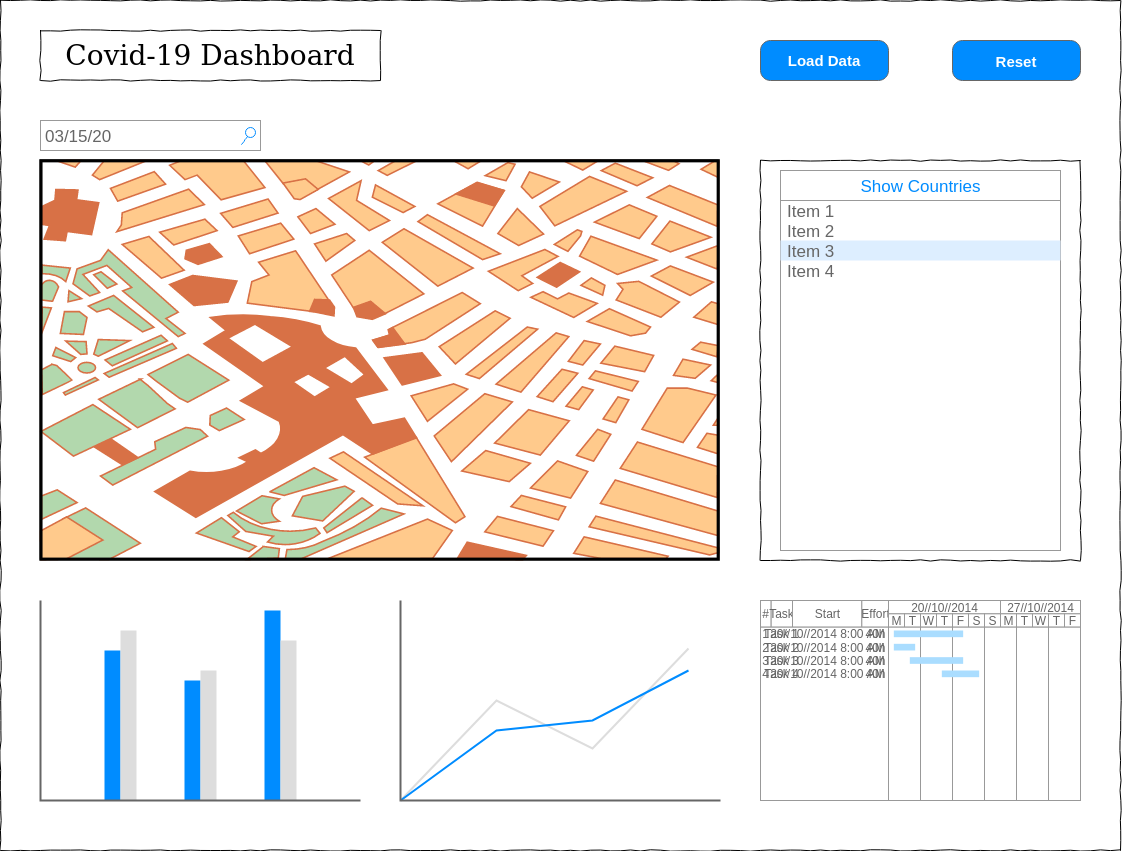
The draw.io diagram design-template.png in dominikburger/covid-19-dashboard, before a commit. Source tidied: cells renumbered, new cells last; positions are measured from the earlier drawing's top-left corner, leaving out a move shared by most shapes.
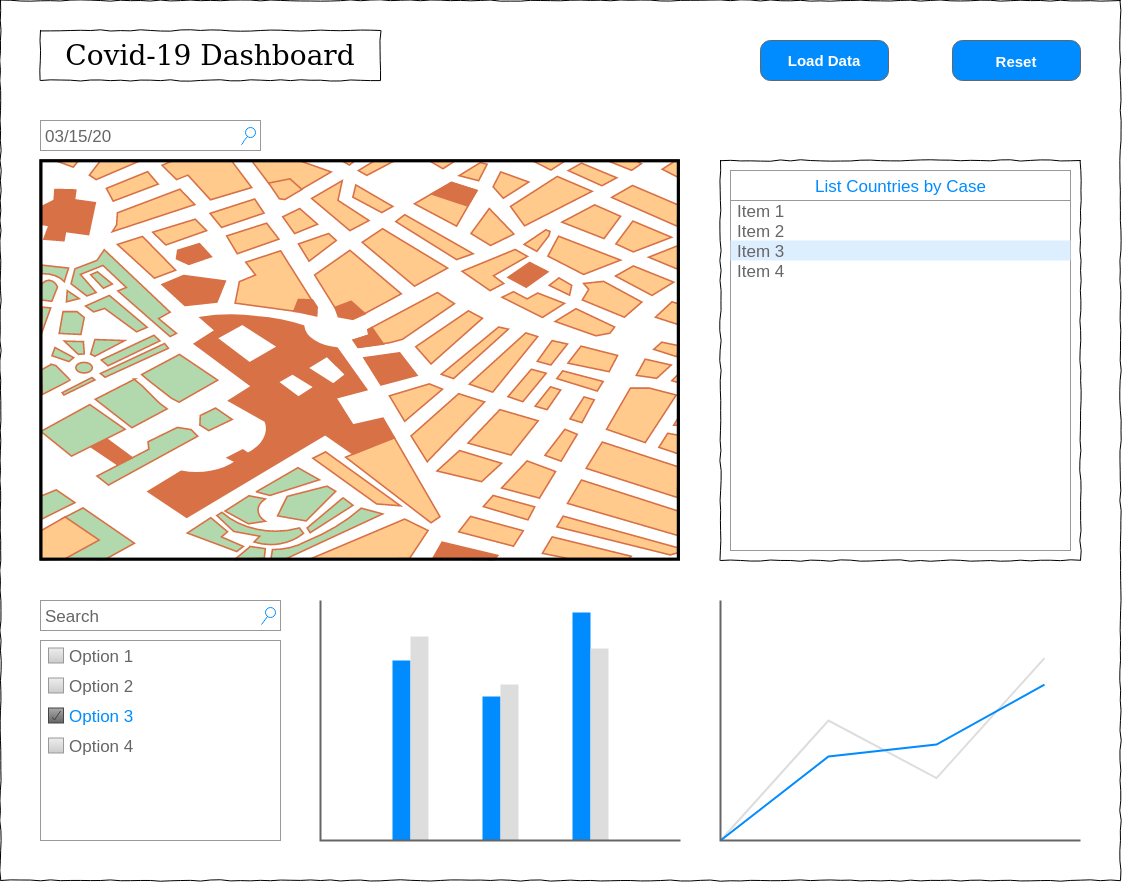
Later version of the same file.

Commit message:
Update design template

Diff of the diagram source:
```diff
@@ -5,3 +5,3 @@
     <mxCell id="2" style="whiteSpace=wrap;html=1;rounded=0;shadow=0;labelBackgroundColor=none;strokeColor=#000000;strokeWidth=1;fillColor=none;fontFamily=Verdana;fontSize=12;fontColor=#000000;align=center;comic=1;" parent="1" vertex="1">
-      <mxGeometry width="1120" height="850" as="geometry" />
+      <mxGeometry width="1120" height="880" as="geometry" />
     </mxCell>
@@ -14,3 +14,3 @@
     <mxCell id="5" style="whiteSpace=wrap;html=1;rounded=0;shadow=0;labelBackgroundColor=none;strokeWidth=1;fillColor=none;fontFamily=Verdana;fontSize=12;align=center;comic=1;" parent="1" vertex="1">
-      <mxGeometry x="760" y="160" width="320" height="400" as="geometry" />
+      <mxGeometry x="720" y="160" width="360" height="400" as="geometry" />
     </mxCell>
@@ -20,9 +20,9 @@
     <mxCell id="7" style="strokeWidth=1;shadow=0;dashed=0;align=center;html=1;shape=mxgraph.mockup.forms.rrect;rSize=0;strokeColor=#999999;fillColor=#ffffff;" parent="1" vertex="1">
-      <mxGeometry x="780" y="170" width="280" height="380" as="geometry" />
+      <mxGeometry x="730" y="170" width="340" height="380" as="geometry" />
     </mxCell>
-    <mxCell id="8" value="Show Countries" style="strokeWidth=1;shadow=0;dashed=0;align=center;html=1;shape=mxgraph.mockup.forms.rrect;rSize=0;strokeColor=#999999;fontColor=#008cff;fontSize=17;fillColor=#ffffff;" parent="7" vertex="1">
-      <mxGeometry width="280" height="30" relative="1" as="geometry" />
+    <mxCell id="8" value="List Countries by Case" style="strokeWidth=1;shadow=0;dashed=0;align=center;html=1;shape=mxgraph.mockup.forms.rrect;rSize=0;strokeColor=#999999;fontColor=#008cff;fontSize=17;fillColor=#ffffff;" parent="7" vertex="1">
+      <mxGeometry width="340" height="30" relative="1" as="geometry" />
     </mxCell>
     <mxCell id="9" value="Item 1" style="strokeWidth=1;shadow=0;dashed=0;align=center;html=1;shape=mxgraph.mockup.forms.anchor;fontSize=17;fontColor=#666666;align=left;spacingLeft=5;" parent="7" vertex="1">
-      <mxGeometry width="280" height="20" relative="1" as="geometry">
+      <mxGeometry width="340" height="20" relative="1" as="geometry">
         <mxPoint y="30" as="offset" />
@@ -31,3 +31,3 @@
     <mxCell id="10" value="Item 2" style="strokeWidth=1;shadow=0;dashed=0;align=center;html=1;shape=mxgraph.mockup.forms.anchor;fontSize=17;fontColor=#666666;align=left;spacingLeft=5;" parent="7" vertex="1">
-      <mxGeometry width="280" height="20" relative="1" as="geometry">
+      <mxGeometry width="340" height="20" relative="1" as="geometry">
         <mxPoint y="50" as="offset" />
@@ -36,3 +36,3 @@
     <mxCell id="11" value="Item 3" style="strokeWidth=1;shadow=0;dashed=0;align=center;html=1;shape=mxgraph.mockup.forms.rrect;rSize=0;fontSize=17;fontColor=#666666;align=left;spacingLeft=5;fillColor=#ddeeff;strokeColor=none;" parent="7" vertex="1">
-      <mxGeometry width="280" height="20" relative="1" as="geometry">
+      <mxGeometry width="340" height="20" relative="1" as="geometry">
         <mxPoint y="70" as="offset" />
@@ -41,3 +41,3 @@
     <mxCell id="12" value="Item 4" style="strokeWidth=1;shadow=0;dashed=0;align=center;html=1;shape=mxgraph.mockup.forms.anchor;fontSize=17;fontColor=#666666;align=left;spacingLeft=5;" parent="7" vertex="1">
-      <mxGeometry width="280" height="20" relative="1" as="geometry">
+      <mxGeometry width="340" height="20" relative="1" as="geometry">
         <mxPoint y="90" as="offset" />
@@ -46,151 +46,31 @@
     <mxCell id="13" style="verticalLabelPosition=bottom;shadow=0;dashed=0;align=center;html=1;verticalAlign=top;strokeWidth=1;shape=mxgraph.mockup.misc.map;" parent="1" vertex="1">
-      <mxGeometry x="40" y="160" width="680" height="400" as="geometry" />
+      <mxGeometry x="40" y="160" width="640" height="400" as="geometry" />
     </mxCell>
     <mxCell id="14" style="verticalLabelPosition=bottom;shadow=0;dashed=0;align=center;html=1;verticalAlign=top;strokeWidth=1;shape=mxgraph.mockup.graphics.columnChart;strokeColor=none;strokeColor2=none;strokeColor3=#666666;fillColor2=#008cff;fillColor3=#dddddd;" parent="1" vertex="1">
-      <mxGeometry x="40" y="600" width="320" height="200" as="geometry" />
+      <mxGeometry x="320" y="600" width="360" height="240" as="geometry" />
     </mxCell>
     <mxCell id="15" style="verticalLabelPosition=bottom;shadow=0;dashed=0;align=center;html=1;verticalAlign=top;strokeWidth=1;shape=mxgraph.mockup.graphics.lineChart;strokeColor=none;strokeColor2=#666666;strokeColor3=#008cff;strokeColor4=#dddddd;" parent="1" vertex="1">
-      <mxGeometry x="400" y="600" width="320" height="200" as="geometry" />
+      <mxGeometry x="720" y="600" width="360" height="240" as="geometry" />
     </mxCell>
-    <mxCell id="16" style="strokeWidth=1;shadow=0;dashed=0;align=center;html=1;shape=mxgraph.mockup.graphics.rrect;rSize=0;strokeColor=#999999;" parent="1" vertex="1">
-      <mxGeometry x="760" y="600" width="320" height="200" as="geometry" />
+    <mxCell id="16" value="&lt;p style=&quot;font-size: 15px&quot;&gt;&lt;font style=&quot;font-size: 15px&quot;&gt;Load Data&lt;/font&gt;&lt;/p&gt;" style="strokeWidth=1;shadow=0;dashed=0;align=center;html=1;shape=mxgraph.mockup.buttons.button;strokeColor=#666666;fontColor=#ffffff;mainText=;buttonStyle=round;fontSize=17;fontStyle=1;fillColor=#008cff;whiteSpace=wrap;" parent="1" vertex="1">
+      <mxGeometry x="760" y="40" width="128" height="40" as="geometry" />
     </mxCell>
-    <mxCell id="17" value="#" style="strokeColor=inherit;fillColor=inherit;gradientColor=inherit;strokeWidth=1;shadow=0;dashed=0;align=center;html=1;shape=mxgraph.mockup.graphics.rrect;rSize=0;fontColor=#666666;" parent="16" vertex="1">
-      <mxGeometry width="10.7" height="26.7" as="geometry" />
+    <mxCell id="17" value="Search" style="strokeWidth=1;shadow=0;dashed=0;align=center;html=1;shape=mxgraph.mockup.forms.searchBox;strokeColor=#999999;mainText=;strokeColor2=#008cff;fontColor=#666666;fontSize=17;align=left;spacingLeft=3;" parent="1" vertex="1">
+      <mxGeometry x="40" y="600" width="240" height="30" as="geometry" />
     </mxCell>
-    <mxCell id="18" value="Task" style="strokeColor=inherit;fillColor=inherit;gradientColor=inherit;strokeWidth=1;shadow=0;dashed=0;align=center;html=1;shape=mxgraph.mockup.graphics.rrect;rSize=0;fontColor=#666666;" parent="16" vertex="1">
-      <mxGeometry x="10.7" width="21.3" height="26.7" as="geometry" />
+    <mxCell id="18" style="strokeWidth=1;shadow=0;dashed=0;align=center;html=1;shape=mxgraph.mockup.forms.rrect;rSize=0;strokeColor=#999999;fillColor=#ffffff;" parent="1" vertex="1">
+      <mxGeometry x="40" y="640" width="240" height="200" as="geometry" />
     </mxCell>
-    <mxCell id="19" value="Start" style="strokeColor=inherit;fillColor=inherit;gradientColor=inherit;strokeWidth=1;shadow=0;dashed=0;align=center;html=1;shape=mxgraph.mockup.graphics.rrect;rSize=0;fontColor=#666666;" parent="16" vertex="1">
-      <mxGeometry x="32" width="69.3" height="26.7" as="geometry" />
+    <mxCell id="19" value="Option 1" style="strokeWidth=1;shadow=0;dashed=0;align=center;html=1;shape=mxgraph.mockup.forms.rrect;rSize=0;fillColor=#eeeeee;strokeColor=#999999;gradientColor=#cccccc;align=left;spacingLeft=4;fontSize=17;fontColor=#666666;labelPosition=right;" parent="18" vertex="1">
+      <mxGeometry x="8" y="7.5" width="15" height="15" as="geometry" />
     </mxCell>
-    <mxCell id="20" value="Effort" style="strokeColor=inherit;fillColor=inherit;gradientColor=inherit;strokeWidth=1;shadow=0;dashed=0;align=center;html=1;shape=mxgraph.mockup.graphics.rrect;rSize=0;fontColor=#666666;" parent="16" vertex="1">
-      <mxGeometry x="101.3" width="26.7" height="26.7" as="geometry" />
+    <mxCell id="20" value="Option 2" style="strokeWidth=1;shadow=0;dashed=0;align=center;html=1;shape=mxgraph.mockup.forms.rrect;rSize=0;fillColor=#eeeeee;strokeColor=#999999;gradientColor=#cccccc;align=left;spacingLeft=4;fontSize=17;fontColor=#666666;labelPosition=right;" parent="18" vertex="1">
+      <mxGeometry x="8" y="37.5" width="15" height="15" as="geometry" />
     </mxCell>
-    <mxCell id="21" value="20//10//2014" style="strokeColor=inherit;fillColor=inherit;gradientColor=inherit;strokeWidth=1;shadow=0;dashed=0;align=center;html=1;shape=mxgraph.mockup.graphics.rrect;rSize=0;fontColor=#666666;" parent="16" vertex="1">
-      <mxGeometry x="128" width="112" height="13.3" as="geometry" />
+    <mxCell id="21" value="Option 3" style="strokeWidth=1;shadow=0;dashed=0;align=center;html=1;shape=mxgraph.mockup.forms.checkbox;rSize=0;fillColor=#aaaaaa;strokeColor=#444444;gradientColor=#666666;align=left;spacingLeft=4;fontSize=17;fontColor=#008cff;labelPosition=right;" parent="18" vertex="1">
+      <mxGeometry x="8" y="67.5" width="15" height="15" as="geometry" />
     </mxCell>
-    <mxCell id="22" value="27//10//2014" style="strokeColor=inherit;fillColor=inherit;gradientColor=inherit;strokeWidth=1;shadow=0;dashed=0;align=center;html=1;shape=mxgraph.mockup.graphics.rrect;rSize=0;fontColor=#666666;" parent="16" vertex="1">
-      <mxGeometry x="240" width="80" height="13.3" as="geometry" />
+    <mxCell id="22" value="Option 4" style="strokeWidth=1;shadow=0;dashed=0;align=center;html=1;shape=mxgraph.mockup.forms.rrect;rSize=0;fillColor=#eeeeee;strokeColor=#999999;gradientColor=#cccccc;align=left;spacingLeft=4;fontSize=17;fontColor=#666666;labelPosition=right;" parent="18" vertex="1">
+      <mxGeometry x="8" y="97.5" width="15" height="15" as="geometry" />
     </mxCell>
-    <mxCell id="23" value="M" style="strokeColor=inherit;fillColor=inherit;gradientColor=inherit;strokeWidth=1;shadow=0;dashed=0;align=center;html=1;shape=mxgraph.mockup.graphics.rrect;rSize=0;fontColor=#666666;" parent="16" vertex="1">
-      <mxGeometry x="128" y="13.3" width="16" height="13.3" as="geometry" />
-    </mxCell>
-    <mxCell id="24" value="T" style="strokeColor=inherit;fillColor=inherit;gradientColor=inherit;strokeWidth=1;shadow=0;dashed=0;align=center;html=1;shape=mxgraph.mockup.graphics.rrect;rSize=0;fontColor=#666666;" parent="16" vertex="1">
-      <mxGeometry x="144" y="13.3" width="16" height="13.3" as="geometry" />
-    </mxCell>
-    <mxCell id="25" value="W" style="strokeColor=inherit;fillColor=inherit;gradientColor=inherit;strokeWidth=1;shadow=0;dashed=0;align=center;html=1;shape=mxgraph.mockup.graphics.rrect;rSize=0;fontColor=#666666;" parent="16" vertex="1">
-      <mxGeometry x="160" y="13.3" width="16" height="13.3" as="geometry" />
-    </mxCell>
-    <mxCell id="26" value="T" style="strokeColor=inherit;fillColor=inherit;gradientColor=inherit;strokeWidth=1;shadow=0;dashed=0;align=center;html=1;shape=mxgraph.mockup.graphics.rrect;rSize=0;fontColor=#666666;" parent="16" vertex="1">
-      <mxGeometry x="176" y="13.3" width="16" height="13.3" as="geometry" />
-    </mxCell>
-    <mxCell id="27" value="F" style="strokeColor=inherit;fillColor=inherit;gradientColor=inherit;strokeWidth=1;shadow=0;dashed=0;align=center;html=1;shape=mxgraph.mockup.graphics.rrect;rSize=0;fontColor=#666666;" parent="16" vertex="1">
-      <mxGeometry x="192" y="13.3" width="16" height="13.3" as="geometry" />
-    </mxCell>
-    <mxCell id="28" value="S" style="strokeColor=inherit;fillColor=inherit;gradientColor=inherit;strokeWidth=1;shadow=0;dashed=0;align=center;html=1;shape=mxgraph.mockup.graphics.rrect;rSize=0;fontColor=#666666;" parent="16" vertex="1">
-      <mxGeometry x="208" y="13.3" width="16" height="13.3" as="geometry" />
-    </mxCell>
-    <mxCell id="29" value="S" style="strokeColor=inherit;fillColor=inherit;gradientColor=inherit;strokeWidth=1;shadow=0;dashed=0;align=center;html=1;shape=mxgraph.mockup.graphics.rrect;rSize=0;fontColor=#666666;" parent="16" vertex="1">
-      <mxGeometry x="224" y="13.3" width="16" height="13.3" as="geometry" />
-    </mxCell>
-    <mxCell id="30" value="M" style="strokeColor=inherit;fillColor=inherit;gradientColor=inherit;strokeWidth=1;shadow=0;dashed=0;align=center;html=1;shape=mxgraph.mockup.graphics.rrect;rSize=0;fontColor=#666666;" parent="16" vertex="1">
-      <mxGeometry x="240" y="13.3" width="16" height="13.3" as="geometry" />
-    </mxCell>
-    <mxCell id="31" value="T" style="strokeColor=inherit;fillColor=inherit;gradientColor=inherit;strokeWidth=1;shadow=0;dashed=0;align=center;html=1;shape=mxgraph.mockup.graphics.rrect;rSize=0;fontColor=#666666;" parent="16" vertex="1">
-      <mxGeometry x="256" y="13.3" width="16" height="13.3" as="geometry" />
-    </mxCell>
-    <mxCell id="32" value="W" style="strokeColor=inherit;fillColor=inherit;gradientColor=inherit;strokeWidth=1;shadow=0;dashed=0;align=center;html=1;shape=mxgraph.mockup.graphics.rrect;rSize=0;fontColor=#666666;" parent="16" vertex="1">
-      <mxGeometry x="272" y="13.3" width="16" height="13.3" as="geometry" />
-    </mxCell>
-    <mxCell id="33" value="T" style="strokeColor=inherit;fillColor=inherit;gradientColor=inherit;strokeWidth=1;shadow=0;dashed=0;align=center;html=1;shape=mxgraph.mockup.graphics.rrect;rSize=0;fontColor=#666666;" parent="16" vertex="1">
-      <mxGeometry x="288" y="13.3" width="16" height="13.3" as="geometry" />
-    </mxCell>
-    <mxCell id="34" value="F" style="strokeColor=inherit;fillColor=inherit;gradientColor=inherit;strokeWidth=1;shadow=0;dashed=0;align=center;html=1;shape=mxgraph.mockup.graphics.rrect;rSize=0;fontColor=#666666;" parent="16" vertex="1">
-      <mxGeometry x="304" y="13.3" width="16" height="13.3" as="geometry" />
-    </mxCell>
-    <mxCell id="35" style="strokeColor=inherit;fillColor=inherit;gradientColor=inherit;strokeWidth=1;shadow=0;dashed=0;align=center;html=1;shape=mxgraph.mockup.graphics.rrect;rSize=0;fontColor=#666666;" parent="16" vertex="1">
-      <mxGeometry y="26.7" width="128" height="173.3" as="geometry" />
-    </mxCell>
-    <mxCell id="36" style="strokeColor=inherit;fillColor=inherit;gradientColor=inherit;strokeWidth=1;shadow=0;dashed=0;align=center;html=1;shape=mxgraph.mockup.graphics.rrect;rSize=0;fontColor=#666666;" parent="16" vertex="1">
-      <mxGeometry x="128" y="26.7" width="32" height="173.3" as="geometry" />
-    </mxCell>
-    <mxCell id="37" style="strokeColor=inherit;fillColor=inherit;gradientColor=inherit;strokeWidth=1;shadow=0;dashed=0;align=center;html=1;shape=mxgraph.mockup.graphics.rrect;rSize=0;fontColor=#666666;" parent="16" vertex="1">
-      <mxGeometry x="160" y="26.7" width="32" height="173.3" as="geometry" />
-    </mxCell>
-    <mxCell id="38" style="strokeColor=inherit;fillColor=inherit;gradientColor=inherit;strokeWidth=1;shadow=0;dashed=0;align=center;html=1;shape=mxgraph.mockup.graphics.rrect;rSize=0;fontColor=#666666;" parent="16" vertex="1">
-      <mxGeometry x="192" y="26.7" width="32" height="173.3" as="geometry" />
-    </mxCell>
-    <mxCell id="39" style="strokeColor=inherit;fillColor=inherit;gradientColor=inherit;strokeWidth=1;shadow=0;dashed=0;align=center;html=1;shape=mxgraph.mockup.graphics.rrect;rSize=0;fontColor=#666666;" parent="16" vertex="1">
-      <mxGeometry x="224" y="26.7" width="32" height="173.3" as="geometry" />
-    </mxCell>
-    <mxCell id="40" style="strokeColor=inherit;fillColor=inherit;gradientColor=inherit;strokeWidth=1;shadow=0;dashed=0;align=center;html=1;shape=mxgraph.mockup.graphics.rrect;rSize=0;fontColor=#666666;" parent="16" vertex="1">
-      <mxGeometry x="256" y="26.7" width="32" height="173.3" as="geometry" />
-    </mxCell>
-    <mxCell id="41" style="strokeColor=inherit;fillColor=inherit;gradientColor=inherit;strokeWidth=1;shadow=0;dashed=0;align=center;html=1;shape=mxgraph.mockup.graphics.rrect;rSize=0;fontColor=#666666;" parent="16" vertex="1">
-      <mxGeometry x="288" y="26.7" width="32" height="173.3" as="geometry" />
-    </mxCell>
-    <mxCell id="42" value="1" style="strokeWidth=1;shadow=0;dashed=0;align=center;html=1;shape=mxgraph.mockup.graphics.anchor;fontColor=#666666;" parent="16" vertex="1">
-      <mxGeometry y="26.7" width="10.7" height="13.3" as="geometry" />
-    </mxCell>
-    <mxCell id="43" value="Task 1" style="strokeWidth=1;shadow=0;dashed=0;align=center;html=1;shape=mxgraph.mockup.graphics.anchor;fontColor=#666666;" parent="16" vertex="1">
-      <mxGeometry x="10.7" y="26.7" width="21.3" height="13.3" as="geometry" />
-    </mxCell>
-    <mxCell id="44" value="20//10//2014 8:00 AM" style="strokeWidth=1;shadow=0;dashed=0;align=center;html=1;shape=mxgraph.mockup.graphics.anchor;fontColor=#666666;" parent="16" vertex="1">
-      <mxGeometry x="32" y="26.7" width="69.3" height="13.3" as="geometry" />
-    </mxCell>
-    <mxCell id="45" value="40h" style="strokeWidth=1;shadow=0;dashed=0;align=center;html=1;shape=mxgraph.mockup.graphics.anchor;fontColor=#666666;" parent="16" vertex="1">
-      <mxGeometry x="101.3" y="26.7" width="26.7" height="13.3" as="geometry" />
-    </mxCell>
-    <mxCell id="46" value="2" style="strokeWidth=1;shadow=0;dashed=0;align=center;html=1;shape=mxgraph.mockup.graphics.anchor;fontColor=#666666;" parent="16" vertex="1">
-      <mxGeometry y="40" width="10.7" height="13.3" as="geometry" />
-    </mxCell>
-    <mxCell id="47" value="Task 2" style="strokeWidth=1;shadow=0;dashed=0;align=center;html=1;shape=mxgraph.mockup.graphics.anchor;fontColor=#666666;" parent="16" vertex="1">
-      <mxGeometry x="10.7" y="40" width="21.3" height="13.3" as="geometry" />
-    </mxCell>
-    <mxCell id="48" value="20//10//2014 8:00 AM" style="strokeWidth=1;shadow=0;dashed=0;align=center;html=1;shape=mxgraph.mockup.graphics.anchor;fontColor=#666666;" parent="16" vertex="1">
-      <mxGeometry x="32" y="40" width="69.3" height="13.3" as="geometry" />
-    </mxCell>
-    <mxCell id="49" value="40h" style="strokeWidth=1;shadow=0;dashed=0;align=center;html=1;shape=mxgraph.mockup.graphics.anchor;fontColor=#666666;" parent="16" vertex="1">
-      <mxGeometry x="101.3" y="40" width="26.7" height="13.3" as="geometry" />
-    </mxCell>
-    <mxCell id="50" value="3" style="strokeWidth=1;shadow=0;dashed=0;align=center;html=1;shape=mxgraph.mockup.graphics.anchor;fontColor=#666666;" parent="16" vertex="1">
-      <mxGeometry y="53.3" width="10.7" height="13.3" as="geometry" />
-    </mxCell>
-    <mxCell id="51" value="Task 3" style="strokeWidth=1;shadow=0;dashed=0;align=center;html=1;shape=mxgraph.mockup.graphics.anchor;fontColor=#666666;" parent="16" vertex="1">
-      <mxGeometry x="10.7" y="53.3" width="21.3" height="13.3" as="geometry" />
-    </mxCell>
-    <mxCell id="52" value="20//10//2014 8:00 AM" style="strokeWidth=1;shadow=0;dashed=0;align=center;html=1;shape=mxgraph.mockup.graphics.anchor;fontColor=#666666;" parent="16" vertex="1">
-      <mxGeometry x="32" y="53.3" width="69.3" height="13.3" as="geometry" />
-    </mxCell>
-    <mxCell id="53" value="40h" style="strokeWidth=1;shadow=0;dashed=0;align=center;html=1;shape=mxgraph.mockup.graphics.anchor;fontColor=#666666;" parent="16" vertex="1">
-      <mxGeometry x="101.3" y="53.3" width="26.7" height="13.3" as="geometry" />
-    </mxCell>
-    <mxCell id="54" value="4" style="strokeWidth=1;shadow=0;dashed=0;align=center;html=1;shape=mxgraph.mockup.graphics.anchor;fontColor=#666666;" parent="16" vertex="1">
-      <mxGeometry y="66.7" width="10.7" height="13.3" as="geometry" />
-    </mxCell>
-    <mxCell id="55" value="Task 4" style="strokeWidth=1;shadow=0;dashed=0;align=center;html=1;shape=mxgraph.mockup.graphics.anchor;fontColor=#666666;" parent="16" vertex="1">
-      <mxGeometry x="10.7" y="66.7" width="21.3" height="13.3" as="geometry" />
-    </mxCell>
-    <mxCell id="56" value="20//10//2014 8:00 AM" style="strokeWidth=1;shadow=0;dashed=0;align=center;html=1;shape=mxgraph.mockup.graphics.anchor;fontColor=#666666;" parent="16" vertex="1">
-      <mxGeometry x="32" y="66.7" width="69.3" height="13.3" as="geometry" />
-    </mxCell>
-    <mxCell id="57" value="40h" style="strokeWidth=1;shadow=0;dashed=0;align=center;html=1;shape=mxgraph.mockup.graphics.anchor;fontColor=#666666;" parent="16" vertex="1">
-      <mxGeometry x="101.3" y="66.7" width="26.7" height="13.3" as="geometry" />
-    </mxCell>
-    <mxCell id="58" style="strokeWidth=1;shadow=0;dashed=0;align=center;html=1;shape=mxgraph.mockup.graphics.rrect;rSize=0;strokeColor=none;fillColor=#aaddff;" parent="16" vertex="1">
-      <mxGeometry x="133.3" y="30" width="69.3" height="6.7" as="geometry" />
-    </mxCell>
-    <mxCell id="59" style="strokeWidth=1;shadow=0;dashed=0;align=center;html=1;shape=mxgraph.mockup.graphics.rrect;rSize=0;strokeColor=none;fillColor=#aaddff;" parent="16" vertex="1">
-      <mxGeometry x="133.3" y="43.3" width="21.3" height="6.7" as="geometry" />
-    </mxCell>
-    <mxCell id="60" style="strokeWidth=1;shadow=0;dashed=0;align=center;html=1;shape=mxgraph.mockup.graphics.rrect;rSize=0;strokeColor=none;fillColor=#aaddff;" parent="16" vertex="1">
-      <mxGeometry x="149.3" y="56.7" width="53.3" height="6.7" as="geometry" />
-    </mxCell>
-    <mxCell id="61" style="strokeWidth=1;shadow=0;dashed=0;align=center;html=1;shape=mxgraph.mockup.graphics.rrect;rSize=0;strokeColor=none;fillColor=#aaddff;" parent="16" vertex="1">
-      <mxGeometry x="181.3" y="70" width="37.3" height="6.7" as="geometry" />
-    </mxCell>
-    <mxCell id="62" value="&lt;p style=&quot;font-size: 15px&quot;&gt;&lt;font style=&quot;font-size: 15px&quot;&gt;Load Data&lt;/font&gt;&lt;/p&gt;" style="strokeWidth=1;shadow=0;dashed=0;align=center;html=1;shape=mxgraph.mockup.buttons.button;strokeColor=#666666;fontColor=#ffffff;mainText=;buttonStyle=round;fontSize=17;fontStyle=1;fillColor=#008cff;whiteSpace=wrap;" parent="1" vertex="1">
-      <mxGeometry x="760" y="40" width="128" height="40" as="geometry" />
-    </mxCell>
   </root>
```
